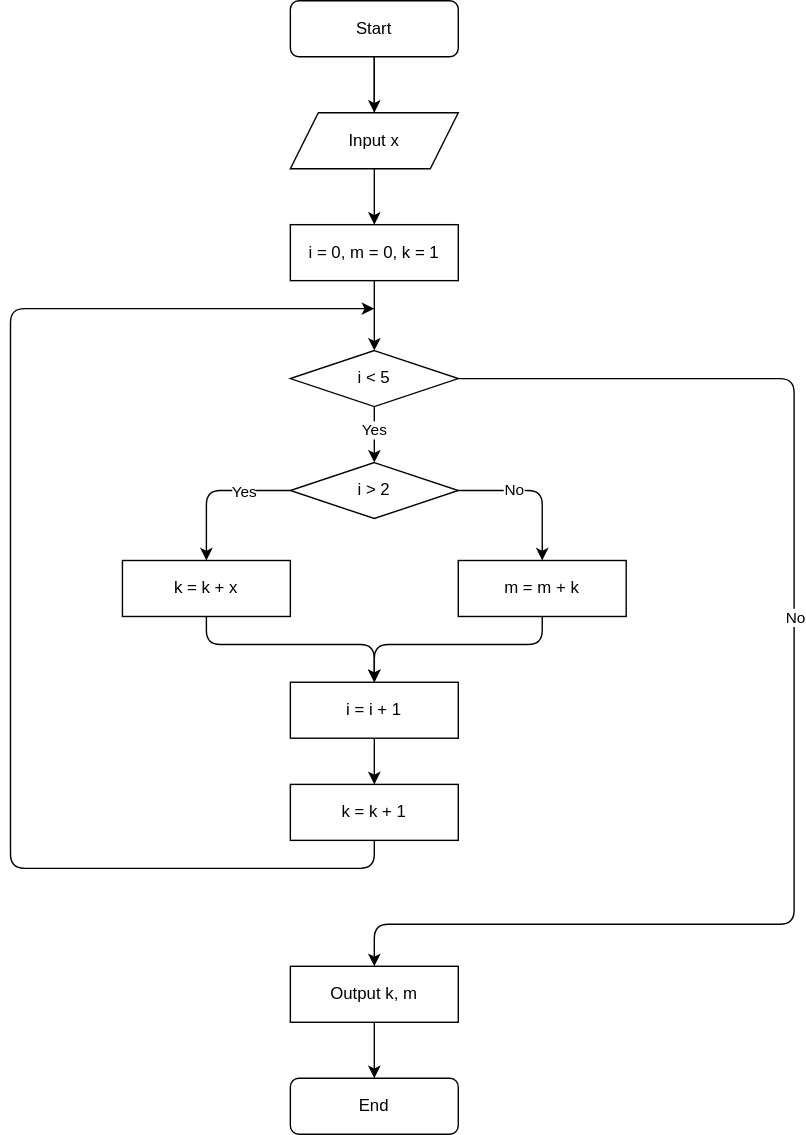
This is education/informatik/chapter2/question_2.drawio.svg from melodypapa/melodypapa.github.io, a draw.io export, as it was before one commit. Source tidied: cells renumbered, new cells last; positions are measured from the earlier drawing's top-left corner, leaving out a move shared by most shapes.
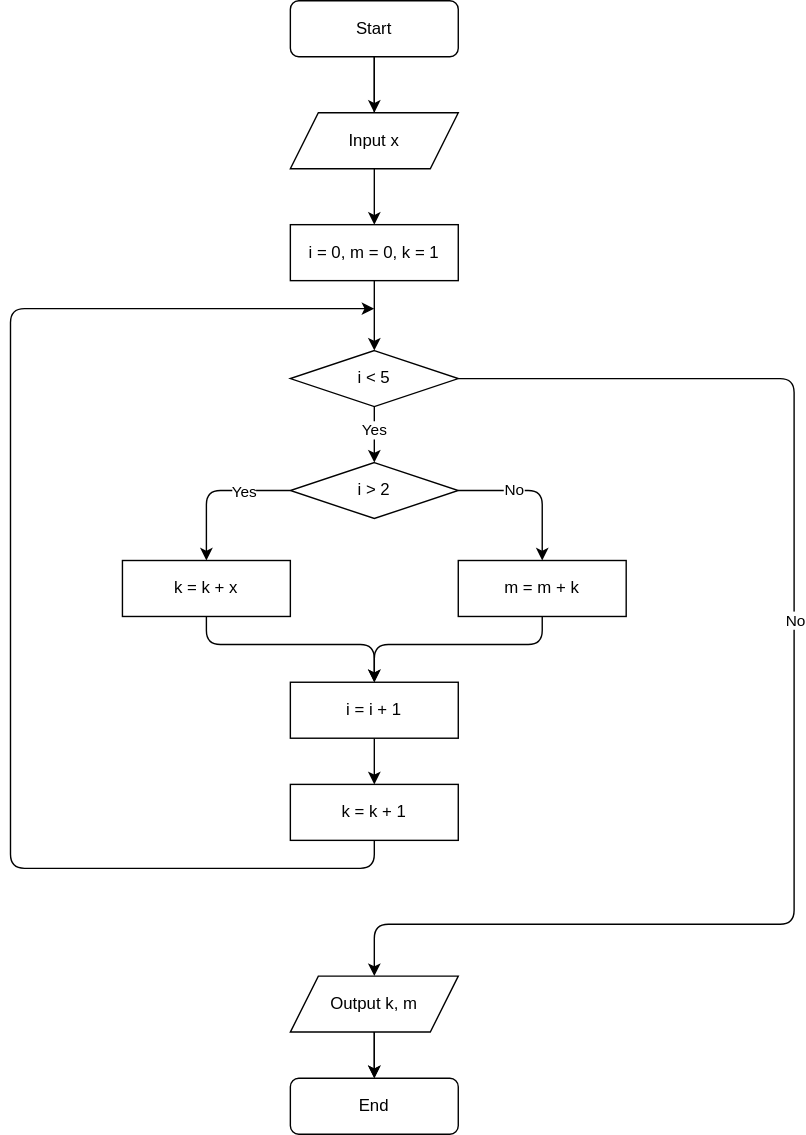
After the commit.

The edit, as a diff of the source:
```diff
@@ -31,7 +31,7 @@
     <mxCell id="10" value="Yes" style="edgeLabel;html=1;align=center;verticalAlign=middle;" parent="9" vertex="1">
       <mxGeometry x="-0.2" y="-1" relative="1" as="geometry" />
     </mxCell>
-    <mxCell id="11" style="edgeStyle=none;html=1;exitX=1;exitY=0.5;exitDx=0;exitDy=0;" parent="1" edge="1" source="13" target="17">
+    <mxCell id="11" style="edgeStyle=none;html=1;exitX=1;exitY=0.5;exitDx=0;exitDy=0;entryX=0.5;entryY=0;entryDx=0;entryDy=0;" parent="1" edge="1" source="13" target="17">
       <mxGeometry relative="1" as="geometry">
         <Array as="points">
           <mxPoint x="560" y="270" />
@@ -62,12 +62,11 @@
     <mxCell id="15" value="k = k + 1" style="rounded=0;whiteSpace=wrap;html=1;" parent="1" vertex="1">
       <mxGeometry x="200" y="560" width="120" height="40" as="geometry" />
     </mxCell>
-    <mxCell id="16" style="edgeStyle=none;html=1;exitX=0.5;exitY=1;exitDx=0;exitDy=0;" parent="1" edge="1" source="17" target="18">
-      <mxGeometry relative="1" as="geometry" />
+    <mxCell id="16" style="edgeStyle=none;html=1;exitX=0.5;exitY=1;exitDx=0;exitDy=0;" parent="1" edge="1" target="18">
+      <mxGeometry relative="1" as="geometry">
+        <mxPoint x="260" y="730" as="sourcePoint" />
+      </mxGeometry>
     </mxCell>
-    <mxCell id="17" value="Output k, m" style="rounded=0;whiteSpace=wrap;html=1;" parent="1" vertex="1">
-      <mxGeometry x="200" y="690" width="120" height="40" as="geometry" />
-    </mxCell>
     <mxCell id="18" value="End" style="rounded=1;whiteSpace=wrap;html=1;" parent="1" vertex="1">
       <mxGeometry x="200" y="770" width="120" height="40" as="geometry" />
     </mxCell>
@@ -121,5 +120,11 @@
     <mxCell id="28" value="k = k + x" style="rounded=0;whiteSpace=wrap;html=1;" parent="1" vertex="1">
       <mxGeometry x="80" y="400" width="120" height="40" as="geometry" />
     </mxCell>
+    <mxCell id="29" style="edgeStyle=none;html=1;exitX=0.5;exitY=1;exitDx=0;exitDy=0;" parent="1" edge="1" source="17" target="18">
+      <mxGeometry relative="1" as="geometry" />
+    </mxCell>
+    <mxCell id="17" value="Output k, m" style="shape=parallelogram;perimeter=parallelogramPerimeter;whiteSpace=wrap;html=1;fixedSize=1;" parent="1" vertex="1">
+      <mxGeometry x="200" y="697" width="120" height="40" as="geometry" />
+    </mxCell>
   </root>
 </mxGraphModel>
```
